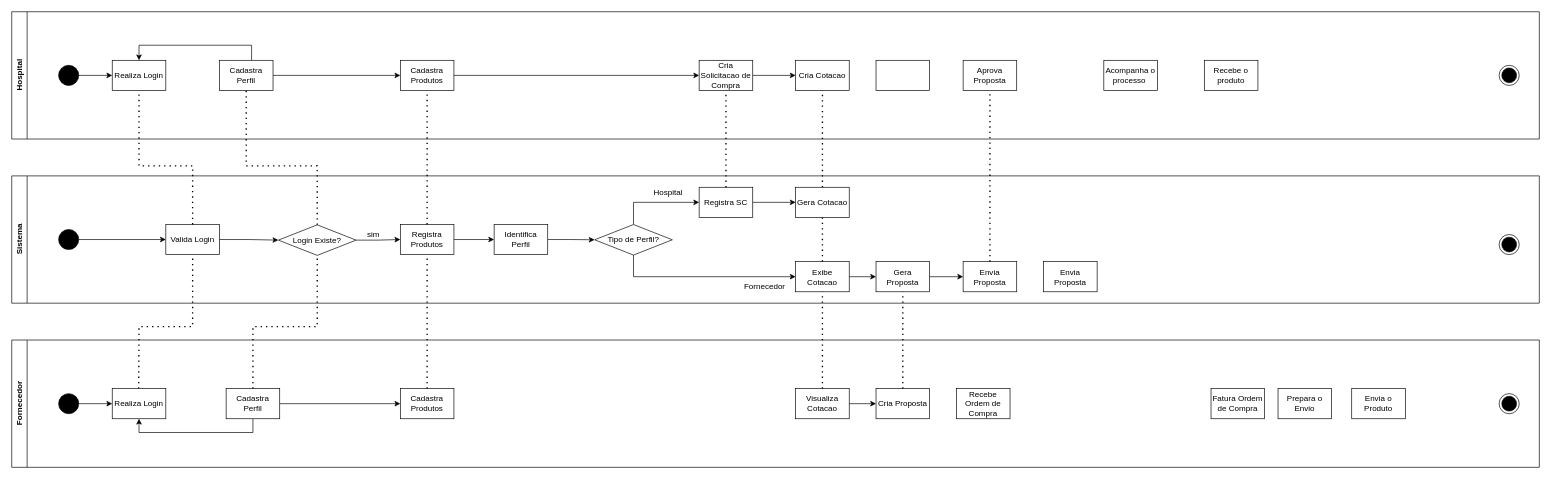
Earlier version of the draw.io diagram projeto/src/tobe.drawio (devtnascimento/modelagem). Source tidied: cells renumbered, new cells numbered last; positions are measured from the earlier drawing's top-left corner, leaving out a move shared by most shapes. Both pictures are drawn from the tidied source at 67%, with x=0, y=0 at pixel (11, 11).
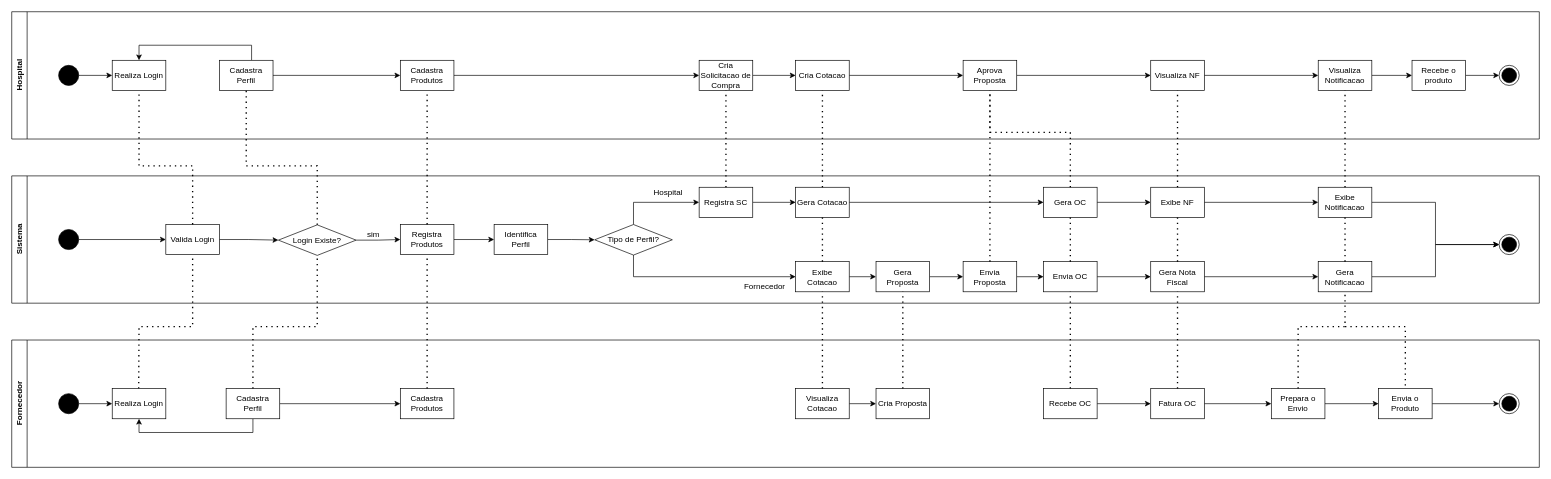
The same page after the edit.

Unchanged cells that the change refers to:
```xml
<mxCell id="2" value="Hospital" style="swimlane;horizontal=0;whiteSpace=wrap;html=1;" parent="1" vertex="1">
  <mxGeometry width="2280" height="190" as="geometry" />
</mxCell>
<mxCell id="8" value="Cria Cotacao" style="rounded=0;whiteSpace=wrap;html=1;" parent="2" vertex="1">
  <mxGeometry x="1170" y="72.5" width="80" height="45" as="geometry" />
</mxCell>
<mxCell id="14" style="ellipse;html=1;shape=endState;fillColor=strokeColor;" parent="2" vertex="1">
  <mxGeometry x="2220" y="80" width="30" height="30" as="geometry" />
</mxCell>
<mxCell id="15" value="Aprova Proposta" style="rounded=0;whiteSpace=wrap;html=1;" parent="2" vertex="1">
  <mxGeometry x="1420" y="72.5" width="80" height="45" as="geometry" />
</mxCell>
<mxCell id="19" value="Sistema" style="swimlane;horizontal=0;whiteSpace=wrap;html=1;" parent="1" vertex="1">
  <mxGeometry y="245" width="2280" height="190" as="geometry" />
</mxCell>
<mxCell id="41" value="Gera Cotacao" style="rounded=0;whiteSpace=wrap;html=1;" parent="19" vertex="1">
  <mxGeometry x="1170" y="17" width="80" height="45" as="geometry" />
</mxCell>
<mxCell id="44" style="ellipse;html=1;shape=endState;fillColor=strokeColor;" parent="19" vertex="1">
  <mxGeometry x="2220" y="87.5" width="30" height="30" as="geometry" />
</mxCell>
<mxCell id="46" value="Envia Proposta" style="rounded=0;whiteSpace=wrap;html=1;" parent="19" vertex="1">
  <mxGeometry x="1420" y="128" width="80" height="45" as="geometry" />
</mxCell>
<mxCell id="48" value="Fornecedor" style="swimlane;horizontal=0;whiteSpace=wrap;html=1;startSize=23;" parent="1" vertex="1">
  <mxGeometry y="490" width="2280" height="190" as="geometry" />
</mxCell>
<mxCell id="51" style="ellipse;html=1;shape=endState;fillColor=strokeColor;" parent="48" vertex="1">
  <mxGeometry x="2220" y="80" width="30" height="30" as="geometry" />
</mxCell>
```

The edit, as a diff of the source:
```diff
@@
+    <mxCell id="74" style="edgeStyle=orthogonalEdgeStyle;rounded=0;jettySize=auto;html=1;entryX=0;entryY=0.5;entryDx=0;entryDy=0;" parent="2" edge="1" source="8" target="15">
+      <mxGeometry relative="1" as="geometry" />
+    </mxCell>
@@
-    <mxCell id="9" style="rounded=0;whiteSpace=wrap;html=1;" parent="2" vertex="1">
-      <mxGeometry x="1290" y="72.5" width="80" height="45" as="geometry" />
-    </mxCell>
+    <mxCell id="75" style="edgeStyle=orthogonalEdgeStyle;rounded=0;jettySize=auto;html=1;entryX=0;entryY=0.5;entryDx=0;entryDy=0;" parent="2" edge="1" source="10" target="79">
+      <mxGeometry relative="1" as="geometry" />
+    </mxCell>
-    <mxCell id="10" value="Acompanha o processo&amp;nbsp;" style="rounded=0;whiteSpace=wrap;html=1;" parent="2" vertex="1">
-      <mxGeometry x="1630" y="72.5" width="80" height="45" as="geometry" />
+    <mxCell id="10" value="Visualiza NF" style="rounded=0;whiteSpace=wrap;html=1;" parent="2" vertex="1">
+      <mxGeometry x="1700" y="72.5" width="80" height="45" as="geometry" />
     </mxCell>
+    <mxCell id="76" style="edgeStyle=orthogonalEdgeStyle;rounded=0;jettySize=auto;html=1;" parent="2" edge="1" source="11" target="14">
+      <mxGeometry relative="1" as="geometry" />
+    </mxCell>
     <mxCell id="11" value="Recebe o produto" style="rounded=0;whiteSpace=wrap;html=1;" parent="2" vertex="1">
-      <mxGeometry x="1780" y="72.5" width="80" height="45" as="geometry" />
+      <mxGeometry x="2090" y="72.5" width="80" height="45" as="geometry" />
     </mxCell>
@@
+    <mxCell id="77" style="edgeStyle=orthogonalEdgeStyle;rounded=0;jettySize=auto;html=1;entryX=0;entryY=0.5;entryDx=0;entryDy=0;" parent="2" edge="1" source="15" target="10">
+      <mxGeometry relative="1" as="geometry" />
+    </mxCell>
@@
+    <mxCell id="78" style="edgeStyle=orthogonalEdgeStyle;rounded=0;jettySize=auto;html=1;entryX=0;entryY=0.5;entryDx=0;entryDy=0;" parent="2" edge="1" source="79" target="11">
+      <mxGeometry relative="1" as="geometry" />
+    </mxCell>
+    <mxCell id="79" value="Visualiza Notificacao" style="rounded=0;whiteSpace=wrap;html=1;" parent="2" vertex="1">
+      <mxGeometry x="1950" y="72.5" width="80" height="45" as="geometry" />
+    </mxCell>
@@
+    <mxCell id="80" style="edgeStyle=orthogonalEdgeStyle;rounded=0;jettySize=auto;html=1;entryX=0;entryY=0.5;entryDx=0;entryDy=0;" parent="19" edge="1" source="41" target="47">
+      <mxGeometry relative="1" as="geometry" />
+    </mxCell>
@@
+    <mxCell id="81" style="edgeStyle=orthogonalEdgeStyle;rounded=0;jettySize=auto;html=1;entryX=0;entryY=0.5;entryDx=0;entryDy=0;" parent="19" edge="1" source="46" target="84">
+      <mxGeometry relative="1" as="geometry" />
+    </mxCell>
@@
+    <mxCell id="82" style="edgeStyle=orthogonalEdgeStyle;rounded=0;jettySize=auto;html=1;entryX=0;entryY=0.5;entryDx=0;entryDy=0;" parent="19" edge="1" source="47" target="89">
+      <mxGeometry relative="1" as="geometry" />
+    </mxCell>
-    <mxCell id="47" value="Envia Proposta" style="rounded=0;whiteSpace=wrap;html=1;" parent="19" vertex="1">
-      <mxGeometry x="1540" y="128" width="80" height="45" as="geometry" />
+    <mxCell id="47" value="Gera OC" style="rounded=0;whiteSpace=wrap;html=1;" parent="19" vertex="1">
+      <mxGeometry x="1540" y="17" width="80" height="45" as="geometry" />
     </mxCell>
+    <mxCell id="83" style="edgeStyle=orthogonalEdgeStyle;rounded=0;jettySize=auto;html=1;entryX=0;entryY=0.5;entryDx=0;entryDy=0;" parent="19" edge="1" source="84" target="87">
+      <mxGeometry relative="1" as="geometry" />
+    </mxCell>
+    <mxCell id="84" value="Envia OC" style="rounded=0;whiteSpace=wrap;html=1;" parent="19" vertex="1">
+      <mxGeometry x="1540" y="128" width="80" height="45" as="geometry" />
+    </mxCell>
+    <mxCell id="85" style="endArrow=none;dashed=1;html=1;dashPattern=1 3;strokeWidth=2;rounded=0;entryX=0.5;entryY=1;entryDx=0;entryDy=0;exitX=0.5;exitY=0;exitDx=0;exitDy=0;" parent="19" edge="1" source="84" target="47">
+      <mxGeometry relative="1" as="geometry" />
+    </mxCell>
+    <mxCell id="86" style="edgeStyle=orthogonalEdgeStyle;rounded=0;jettySize=auto;html=1;" parent="19" edge="1" source="87" target="92">
+      <mxGeometry relative="1" as="geometry" />
+    </mxCell>
+    <mxCell id="87" value="Gera Nota Fiscal" style="rounded=0;whiteSpace=wrap;html=1;" parent="19" vertex="1">
+      <mxGeometry x="1700" y="128" width="80" height="45" as="geometry" />
+    </mxCell>
+    <mxCell id="88" style="edgeStyle=orthogonalEdgeStyle;rounded=0;jettySize=auto;html=1;" parent="19" edge="1" source="89" target="94">
+      <mxGeometry relative="1" as="geometry" />
+    </mxCell>
+    <mxCell id="89" value="Exibe NF" style="rounded=0;whiteSpace=wrap;html=1;" parent="19" vertex="1">
+      <mxGeometry x="1700" y="17" width="80" height="45" as="geometry" />
+    </mxCell>
+    <mxCell id="90" style="endArrow=none;dashed=1;html=1;dashPattern=1 3;strokeWidth=2;rounded=0;entryX=0.5;entryY=1;entryDx=0;entryDy=0;exitX=0.5;exitY=0;exitDx=0;exitDy=0;" parent="19" edge="1" source="87" target="89">
+      <mxGeometry relative="1" as="geometry" />
+    </mxCell>
+    <mxCell id="91" style="edgeStyle=orthogonalEdgeStyle;rounded=0;jettySize=auto;html=1;entryX=0;entryY=0.5;entryDx=0;entryDy=0;" parent="19" edge="1" source="92" target="44">
+      <mxGeometry relative="1" as="geometry" />
+    </mxCell>
+    <mxCell id="92" value="Gera Notificacao" style="rounded=0;whiteSpace=wrap;html=1;" parent="19" vertex="1">
+      <mxGeometry x="1950" y="128" width="80" height="45" as="geometry" />
+    </mxCell>
+    <mxCell id="93" style="edgeStyle=orthogonalEdgeStyle;rounded=0;jettySize=auto;html=1;entryX=0;entryY=0.5;entryDx=0;entryDy=0;" parent="19" edge="1" source="94" target="44">
+      <mxGeometry relative="1" as="geometry" />
+    </mxCell>
+    <mxCell id="94" value="Exibe Notificacao" style="rounded=0;whiteSpace=wrap;html=1;" parent="19" vertex="1">
+      <mxGeometry x="1950" y="17" width="80" height="45" as="geometry" />
+    </mxCell>
+    <mxCell id="95" style="endArrow=none;dashed=1;html=1;dashPattern=1 3;strokeWidth=2;rounded=0;entryX=0.5;entryY=1;entryDx=0;entryDy=0;exitX=0.5;exitY=0;exitDx=0;exitDy=0;" parent="19" edge="1" source="92" target="94">
+      <mxGeometry relative="1" as="geometry" />
+    </mxCell>
@@
+    <mxCell id="96" style="edgeStyle=orthogonalEdgeStyle;rounded=0;jettySize=auto;html=1;entryX=0;entryY=0.5;entryDx=0;entryDy=0;" parent="48" edge="1" source="56" target="57">
+      <mxGeometry relative="1" as="geometry" />
+    </mxCell>
-    <mxCell id="56" value="Recebe Ordem de Compra" style="rounded=0;whiteSpace=wrap;html=1;" parent="48" vertex="1">
-      <mxGeometry x="1410" y="72.5" width="80" height="45" as="geometry" />
+    <mxCell id="56" value="Recebe OC" style="rounded=0;whiteSpace=wrap;html=1;" parent="48" vertex="1">
+      <mxGeometry x="1540" y="72.5" width="80" height="45" as="geometry" />
     </mxCell>
+    <mxCell id="97" style="edgeStyle=orthogonalEdgeStyle;rounded=0;jettySize=auto;html=1;entryX=0;entryY=0.5;entryDx=0;entryDy=0;" parent="48" edge="1" source="57" target="58">
+      <mxGeometry relative="1" as="geometry" />
+    </mxCell>
-    <mxCell id="57" value="Fatura Ordem de Compra" style="rounded=0;whiteSpace=wrap;html=1;" parent="48" vertex="1">
-      <mxGeometry x="1790" y="72.5" width="80" height="45" as="geometry" />
+    <mxCell id="57" value="Fatura OC" style="rounded=0;whiteSpace=wrap;html=1;" parent="48" vertex="1">
+      <mxGeometry x="1700" y="72.5" width="80" height="45" as="geometry" />
     </mxCell>
+    <mxCell id="98" style="edgeStyle=orthogonalEdgeStyle;rounded=0;jettySize=auto;html=1;entryX=0;entryY=0.5;entryDx=0;entryDy=0;" parent="48" edge="1" source="58" target="59">
+      <mxGeometry relative="1" as="geometry" />
+    </mxCell>
     <mxCell id="58" value="Prepara o Envio" style="rounded=0;whiteSpace=wrap;html=1;" parent="48" vertex="1">
-      <mxGeometry x="1890" y="72.5" width="80" height="45" as="geometry" />
+      <mxGeometry x="1880" y="72.5" width="80" height="45" as="geometry" />
     </mxCell>
+    <mxCell id="99" style="edgeStyle=orthogonalEdgeStyle;rounded=0;jettySize=auto;html=1;entryX=0;entryY=0.5;entryDx=0;entryDy=0;" parent="48" edge="1" source="59" target="51">
+      <mxGeometry relative="1" as="geometry" />
+    </mxCell>
     <mxCell id="59" value="Envia o Produto" style="rounded=0;whiteSpace=wrap;html=1;" parent="48" vertex="1">
-      <mxGeometry x="2000" y="72.5" width="80" height="45" as="geometry" />
+      <mxGeometry x="2040" y="72.5" width="80" height="45" as="geometry" />
     </mxCell>
@@
+    <mxCell id="100" style="endArrow=none;dashed=1;html=1;dashPattern=1 3;strokeWidth=2;rounded=0;entryX=0.5;entryY=1;entryDx=0;entryDy=0;exitX=0.5;exitY=0;exitDx=0;exitDy=0;" parent="1" edge="1" source="47" target="15">
+      <mxGeometry relative="1" as="geometry">
+        <Array as="points">
+          <mxPoint x="1580" y="180" />
+          <mxPoint x="1460" y="180" />
+        </Array>
+      </mxGeometry>
+    </mxCell>
+    <mxCell id="101" style="endArrow=none;dashed=1;html=1;dashPattern=1 3;strokeWidth=2;rounded=0;entryX=0.5;entryY=1;entryDx=0;entryDy=0;exitX=0.5;exitY=0;exitDx=0;exitDy=0;" parent="1" edge="1" source="56" target="84">
+      <mxGeometry relative="1" as="geometry" />
+    </mxCell>
+    <mxCell id="102" style="endArrow=none;dashed=1;html=1;dashPattern=1 3;strokeWidth=2;rounded=0;entryX=0.5;entryY=1;entryDx=0;entryDy=0;exitX=0.5;exitY=0;exitDx=0;exitDy=0;" parent="1" edge="1" source="89" target="10">
+      <mxGeometry relative="1" as="geometry" />
+    </mxCell>
+    <mxCell id="103" style="endArrow=none;dashed=1;html=1;dashPattern=1 3;strokeWidth=2;rounded=0;entryX=0.5;entryY=1;entryDx=0;entryDy=0;exitX=0.5;exitY=0;exitDx=0;exitDy=0;" parent="1" edge="1" source="57" target="87">
+      <mxGeometry relative="1" as="geometry" />
+    </mxCell>
+    <mxCell id="104" style="endArrow=none;dashed=1;html=1;dashPattern=1 3;strokeWidth=2;rounded=0;entryX=0.5;entryY=1;entryDx=0;entryDy=0;exitX=0.5;exitY=0;exitDx=0;exitDy=0;" parent="1" edge="1" source="58" target="92">
+      <mxGeometry relative="1" as="geometry">
+        <Array as="points">
+          <mxPoint x="1920" y="470" />
+          <mxPoint x="1990" y="470" />
+        </Array>
+      </mxGeometry>
+    </mxCell>
+    <mxCell id="105" style="endArrow=none;dashed=1;html=1;dashPattern=1 3;strokeWidth=2;rounded=0;entryX=0.5;entryY=0;entryDx=0;entryDy=0;" parent="1" edge="1" target="59">
+      <mxGeometry relative="1" as="geometry">
+        <mxPoint x="1990" y="470" as="sourcePoint" />
+        <Array as="points">
+          <mxPoint x="2080" y="470" />
+        </Array>
+      </mxGeometry>
+    </mxCell>
+    <mxCell id="106" style="endArrow=none;dashed=1;html=1;dashPattern=1 3;strokeWidth=2;rounded=0;entryX=0.5;entryY=1;entryDx=0;entryDy=0;exitX=0.5;exitY=0;exitDx=0;exitDy=0;" parent="1" edge="1" source="94" target="79">
+      <mxGeometry relative="1" as="geometry" />
+    </mxCell>
```
